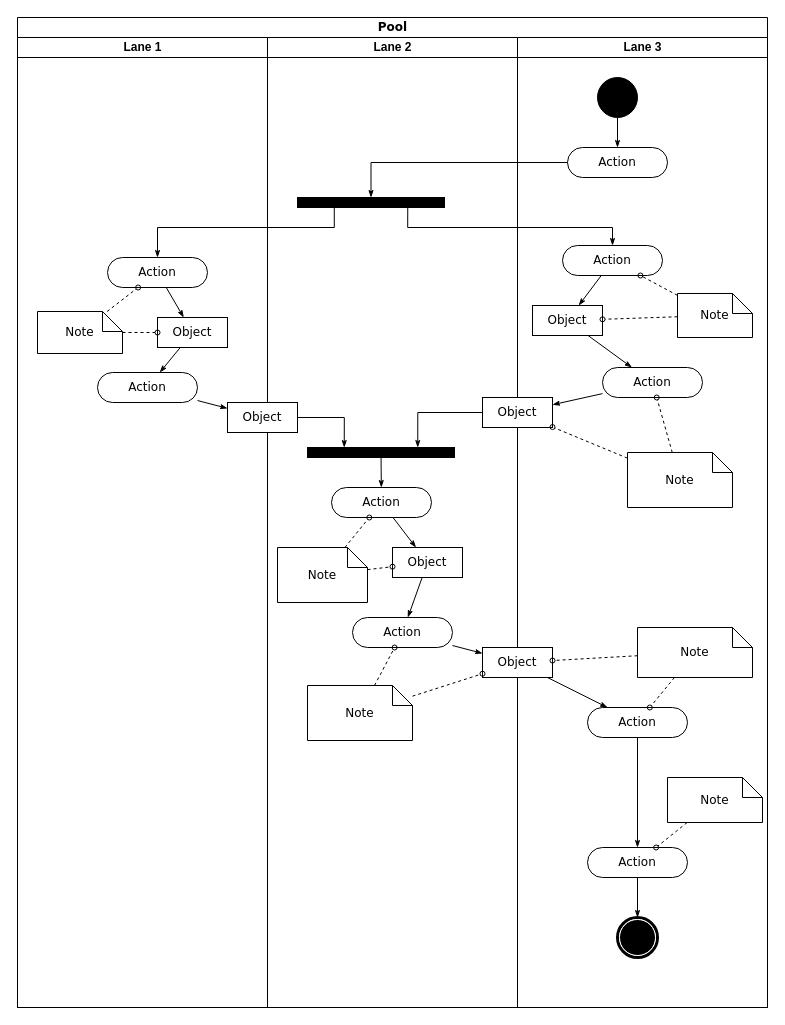
Earlier version of the draw.io diagram Diagrama sem nome.drawio (eCsmDv/eduardomarques). Source tidied: cells renumbered, new cells numbered last; positions are measured from the earlier drawing's top-left corner, leaving out a move shared by most shapes. Both pictures are drawn from the tidied source at 100%, with x=0, y=0 at pixel (17, 17).
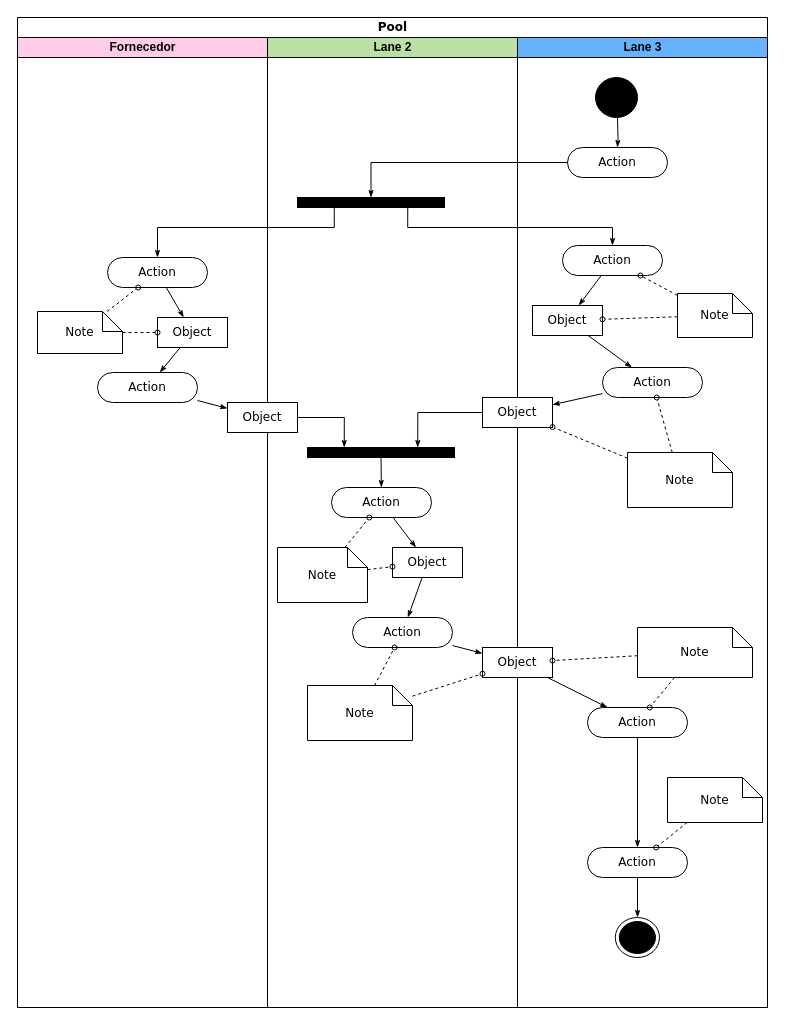
After the change.

The change refers to these unchanged cells:
```xml
<mxCell id="2" value="Pool" style="swimlane;html=1;startSize=20;rounded=0;shadow=0;comic=0;labelBackgroundColor=none;strokeWidth=1;fontFamily=Verdana;fontSize=12;align=center;" parent="1" vertex="1">
  <mxGeometry width="750" height="990" as="geometry" />
</mxCell>
<mxCell id="13" style="whiteSpace=wrap;html=1;rounded=0;shadow=0;comic=0;labelBackgroundColor=none;strokeWidth=1;fillColor=#000000;fontFamily=Verdana;fontSize=12;align=center;rotation=0;" parent="12" vertex="1">
  <mxGeometry x="30" y="160" width="147" height="10" as="geometry" />
</mxCell>
<mxCell id="31" value="Action" style="rounded=1;whiteSpace=wrap;html=1;shadow=0;comic=0;labelBackgroundColor=none;strokeWidth=1;fontFamily=Verdana;fontSize=12;align=center;arcSize=50;" parent="28" vertex="1">
  <mxGeometry x="50" y="110" width="100" height="30" as="geometry" />
</mxCell>
<mxCell id="44" value="Action" style="rounded=1;whiteSpace=wrap;html=1;shadow=0;comic=0;labelBackgroundColor=none;strokeWidth=1;fontFamily=Verdana;fontSize=12;align=center;arcSize=50;" parent="28" vertex="1">
  <mxGeometry x="70" y="810" width="100" height="30" as="geometry" />
</mxCell>
```

What changed in the source:
```diff
@@
-    <mxCell id="3" value="Lane 1" style="swimlane;html=1;startSize=20;" parent="2" vertex="1">
+    <mxCell id="3" value="Fornecedor" style="swimlane;html=1;startSize=20;fillColor=#FFCCE6;" parent="2" vertex="1">
       <mxGeometry y="20" width="250" height="970" as="geometry" />
     </mxCell>
@@
-    <mxCell id="12" value="Lane 2" style="swimlane;html=1;startSize=20;" parent="2" vertex="1">
+    <mxCell id="12" value="Lane 2" style="swimlane;html=1;startSize=20;fillColor=#B9E0A5;" parent="2" vertex="1">
       <mxGeometry x="250" y="20" width="250" height="970" as="geometry" />
     </mxCell>
@@
+    <mxCell id="57" style="edgeStyle=orthogonalEdgeStyle;rounded=0;html=1;entryX=0.5;entryY=0;labelBackgroundColor=none;startArrow=none;startFill=0;startSize=5;endArrow=classicThin;endFill=1;endSize=5;jettySize=auto;strokeWidth=1;fontFamily=Verdana;fontSize=12;" parent="2" edge="1" source="31" target="13">
+      <mxGeometry relative="1" as="geometry">
+        <Array as="points">
+          <mxPoint x="354" y="145" />
+        </Array>
+      </mxGeometry>
+    </mxCell>
-    <mxCell id="28" value="Lane 3" style="swimlane;html=1;startSize=20;" parent="2" vertex="1">
+    <mxCell id="28" value="Lane 3" style="swimlane;html=1;startSize=20;fillColor=#66B2FF;" parent="2" vertex="1">
       <mxGeometry x="500" y="20" width="250" height="970" as="geometry" />
     </mxCell>
-    <mxCell id="29" style="edgeStyle=orthogonalEdgeStyle;rounded=0;html=1;labelBackgroundColor=none;startArrow=none;startFill=0;startSize=5;endArrow=classicThin;endFill=1;endSize=5;jettySize=auto;strokeWidth=1;fontFamily=Verdana;fontSize=12;" parent="28" edge="1" source="30" target="31">
-      <mxGeometry relative="1" as="geometry" />
+    <mxCell id="29" style="edgeStyle=orthogonalEdgeStyle;rounded=0;html=1;labelBackgroundColor=none;startArrow=none;startFill=0;startSize=5;endArrow=classicThin;endFill=1;endSize=5;jettySize=auto;strokeWidth=1;fontFamily=Verdana;fontSize=12;" parent="28" edge="1" target="31">
+      <mxGeometry relative="1" as="geometry">
+        <mxPoint x="100" y="80" as="sourcePoint" />
+      </mxGeometry>
     </mxCell>
-    <mxCell id="30" style="ellipse;whiteSpace=wrap;html=1;rounded=0;shadow=0;comic=0;labelBackgroundColor=none;strokeWidth=1;fillColor=#000000;fontFamily=Verdana;fontSize=12;align=center;" parent="28" vertex="1">
-      <mxGeometry x="80" y="40" width="40" height="40" as="geometry" />
-    </mxCell>
@@
-    <mxCell id="43" style="edgeStyle=none;rounded=0;html=1;labelBackgroundColor=none;startArrow=none;startFill=0;startSize=5;endArrow=classicThin;endFill=1;endSize=5;jettySize=auto;strokeWidth=1;fontFamily=Verdana;fontSize=12;" parent="28" edge="1" source="44" target="45">
-      <mxGeometry relative="1" as="geometry" />
+    <mxCell id="43" style="edgeStyle=none;rounded=0;html=1;labelBackgroundColor=none;startArrow=none;startFill=0;startSize=5;endArrow=classicThin;endFill=1;endSize=5;jettySize=auto;strokeWidth=1;fontFamily=Verdana;fontSize=12;" parent="28" edge="1" source="44">
+      <mxGeometry relative="1" as="geometry">
+        <mxPoint x="120" y="880" as="targetPoint" />
+      </mxGeometry>
     </mxCell>
@@
-    <mxCell id="45" style="shape=mxgraph.bpmn.shape;html=1;verticalLabelPosition=bottom;labelBackgroundColor=#ffffff;verticalAlign=top;perimeter=ellipsePerimeter;outline=end;symbol=terminate;rounded=0;shadow=0;comic=0;strokeWidth=1;fontFamily=Verdana;fontSize=12;align=center;" parent="28" vertex="1">
-      <mxGeometry x="100" y="880" width="40" height="40" as="geometry" />
-    </mxCell>
@@
-    <mxCell id="57" style="edgeStyle=orthogonalEdgeStyle;rounded=0;html=1;entryX=0.5;entryY=0;labelBackgroundColor=none;startArrow=none;startFill=0;startSize=5;endArrow=classicThin;endFill=1;endSize=5;jettySize=auto;strokeWidth=1;fontFamily=Verdana;fontSize=12;" parent="2" edge="1" source="31" target="13">
-      <mxGeometry relative="1" as="geometry">
-        <Array as="points">
-          <mxPoint x="354" y="145" />
-        </Array>
-      </mxGeometry>
-    </mxCell>
+    <mxCell id="64" style="ellipse;html=1;shape=endState;fillColor=strokeColor;" parent="28" vertex="1">
+      <mxGeometry x="97.8" y="880" width="44.2" height="40" as="geometry" />
+    </mxCell>
+    <mxCell id="65" style="ellipse;fillColor=strokeColor;html=1;" parent="28" vertex="1">
+      <mxGeometry x="78" y="40" width="42" height="40" as="geometry" />
+    </mxCell>
```
